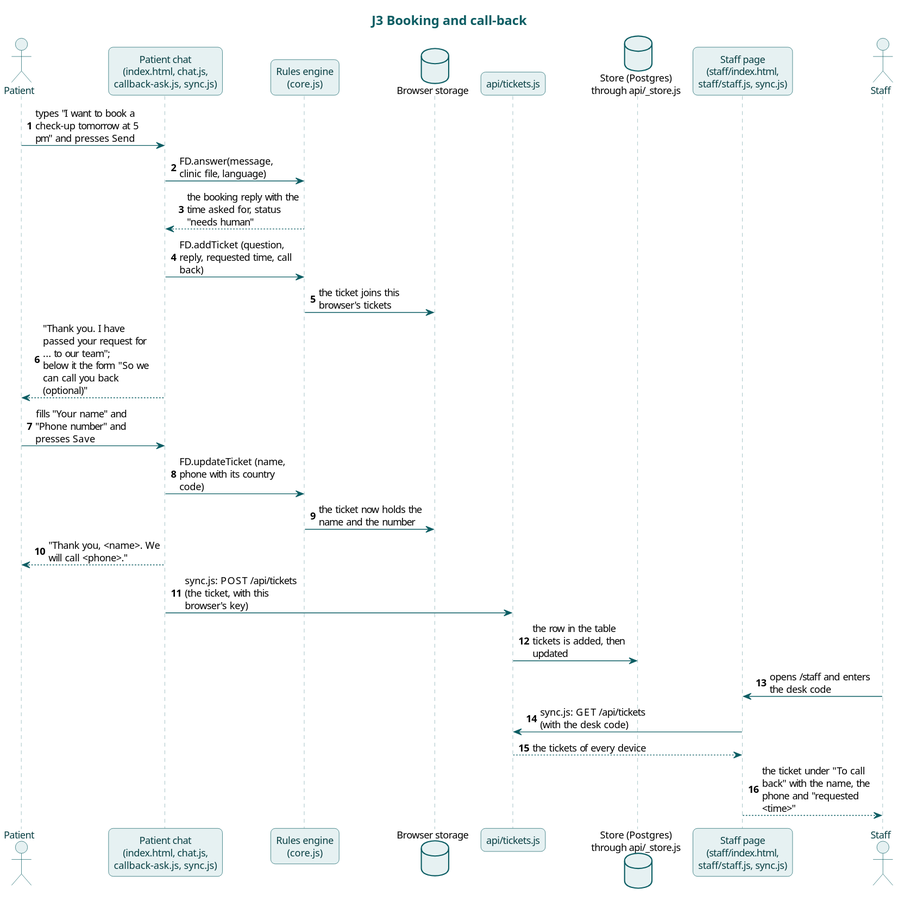
This is docs/diagrams/j3-booking-and-call-back.svg from karwasanjay007/frontdesk-ai-docs, a PlantUML export, as it was before one commit.
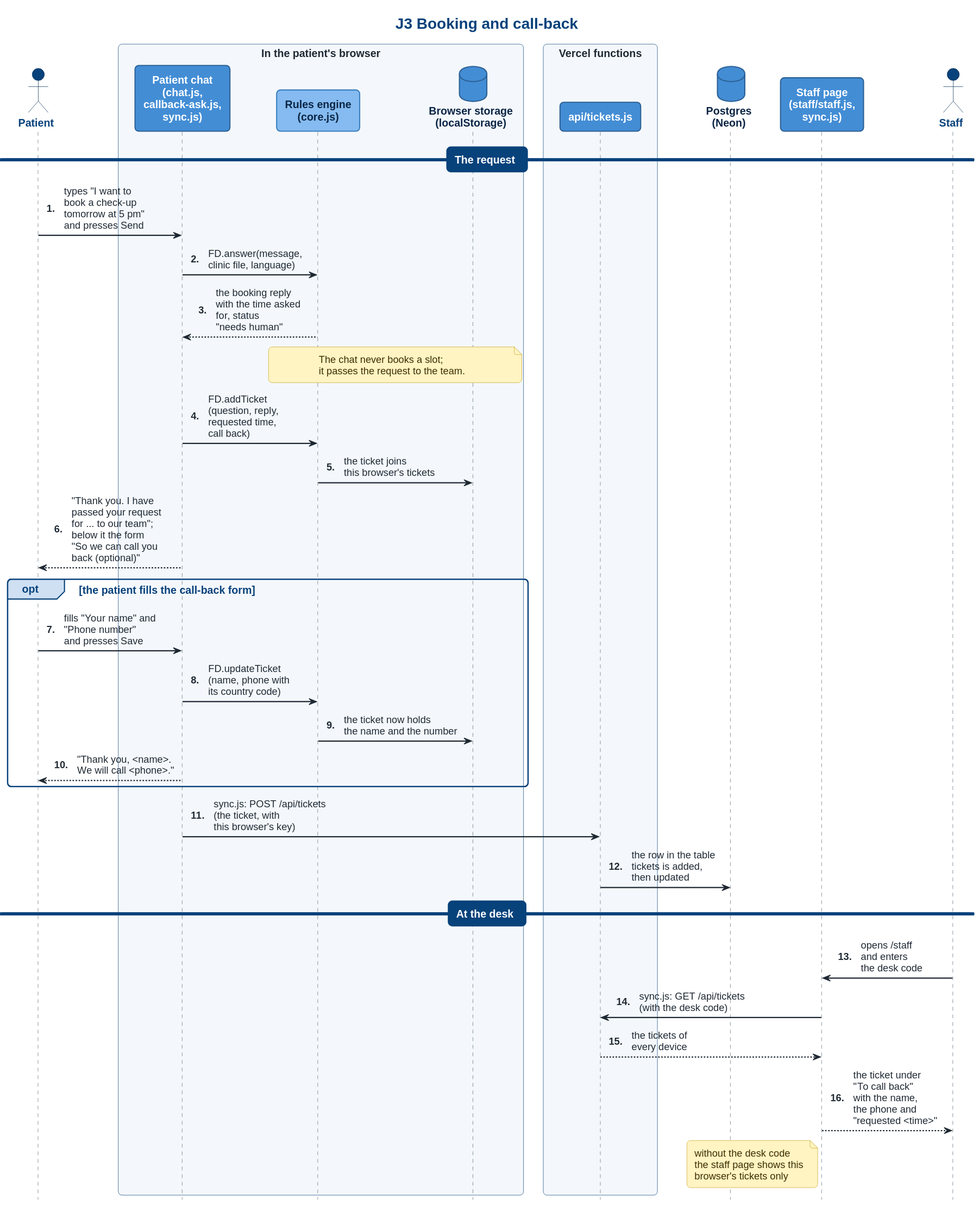
After the commit.

Diff of the diagram source:
```diff
@@ -1,30 +1,39 @@
 @startuml
-!include style.iuml
+!include c4-sequence.iuml
 title J3 Booking and call-back
-actor Patient
-participant "Patient chat\n(index.html, chat.js,\ncallback-ask.js, sync.js)" as Chat
-participant "Rules engine\n(core.js)" as Core
-database "Browser storage" as LS
-participant "api/tickets.js" as Tix
-database "Store (Postgres)\nthrough api/_store.js" as Store
-participant "Staff page\n(staff/index.html,\nstaff/staff.js, sync.js)" as SP
-actor Staff
-autonumber
+actor "Patient" as Patient <<person>>
+box "In the patient's browser"
+participant "Patient chat\n(chat.js,\ncallback-ask.js,\nsync.js)" as Chat <<container>>
+participant "Rules engine\n(core.js)" as Core <<component>>
+database "Browser storage\n(localStorage)" as LS <<store>>
+end box
+box "Vercel functions"
+participant "api/tickets.js" as Tix <<container>>
+end box
+database "Postgres\n(Neon)" as Store <<store>>
+participant "Staff page\n(staff/staff.js,\nsync.js)" as SP <<container>>
+actor "Staff" as Staff <<person>>
 
-Patient -> Chat : types "I want to book a check-up tomorrow at 5 pm" and presses Send
-Chat -> Core : FD.answer(message, clinic file, language)
-Core --> Chat : the booking reply with the time asked for, status "needs human"
-Chat -> Core : FD.addTicket (question, reply, requested time, call back)
-Core -> LS : the ticket joins this browser's tickets
-Chat --> Patient : "Thank you. I have passed your request for ... to our team";\nbelow it the form "So we can call you back (optional)"
-Patient -> Chat : fills "Your name" and "Phone number" and presses Save
-Chat -> Core : FD.updateTicket (name, phone with its country code)
-Core -> LS : the ticket now holds the name and the number
-Chat --> Patient : "Thank you, <name>. We will call <phone>."
-Chat -> Tix : sync.js: POST /api/tickets (the ticket, with this browser's key)
-Tix -> Store : the row in the table tickets is added, then updated
-Staff -> SP : opens /staff and enters the desk code
-SP -> Tix : sync.js: GET /api/tickets (with the desk code)
-Tix --> SP : the tickets of every device
-SP --> Staff : the ticket under "To call back" with the name, the phone and "requested <time>"
+== The request ==
+Patient -> Chat : types "I want to\nbook a check-up\ntomorrow at 5 pm"\nand presses Send
+Chat -> Core : FD.answer(message,\nclinic file, language)
+Core --> Chat : the booking reply\nwith the time asked\nfor, status\n"needs human"
+note over Core, LS : The chat never books a slot;\nit passes the request to the team.
+Chat -> Core : FD.addTicket\n(question, reply,\nrequested time,\ncall back)
+Core -> LS : the ticket joins\nthis browser's tickets
+Chat --> Patient : "Thank you. I have\npassed your request\nfor ... to our team";\nbelow it the form\n"So we can call you\nback (optional)"
+opt the patient fills the call-back form
+  Patient -> Chat : fills "Your name" and\n"Phone number"\nand presses Save
+  Chat -> Core : FD.updateTicket\n(name, phone with\nits country code)
+  Core -> LS : the ticket now holds\nthe name and the number
+  Chat --> Patient : "Thank you, <name>.\nWe will call <phone>."
+end
+Chat -> Tix : sync.js: POST /api/tickets\n(the ticket, with\nthis browser's key)
+Tix -> Store : the row in the table\ntickets is added,\nthen updated
+== At the desk ==
+Staff -> SP : opens /staff\nand enters\nthe desk code
+SP -> Tix : sync.js: GET /api/tickets\n(with the desk code)
+Tix --> SP : the tickets of\nevery device
+SP --> Staff : the ticket under\n"To call back"\nwith the name,\nthe phone and\n"requested <time>"
+note left of SP : without the desk code\nthe staff page shows this\nbrowser's tickets only
 @enduml
```
